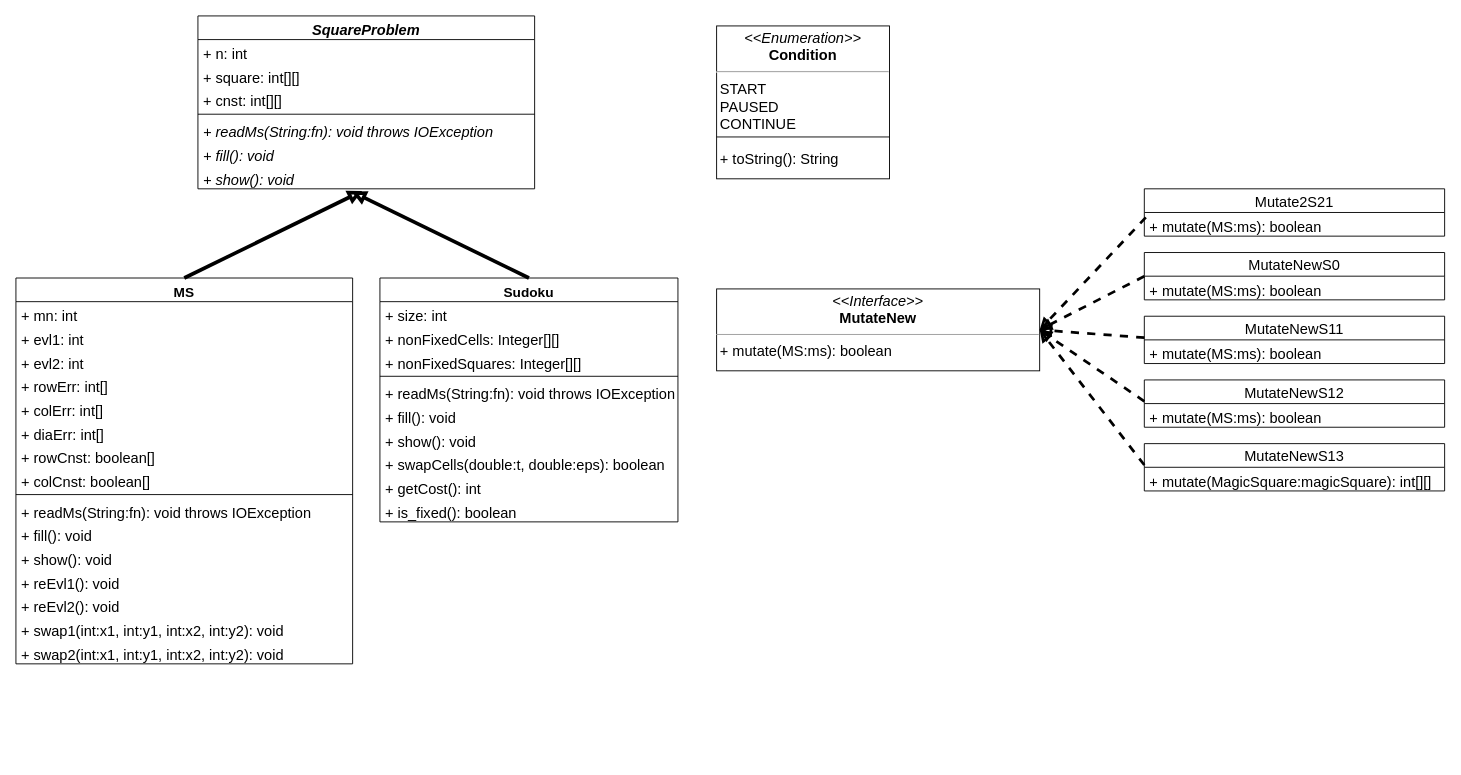
Before: UML-CS209.drawio in CharlotteE67/CharlotteE67.github.io, a draw.io diagram. Source tidied: cells renumbered, new cells numbered last; positions are measured from the earlier drawing's top-left corner, leaving out a move shared by most shapes. Both pictures are drawn from the tidied source at 91%, with x=0, y=0 at pixel (15, 15).
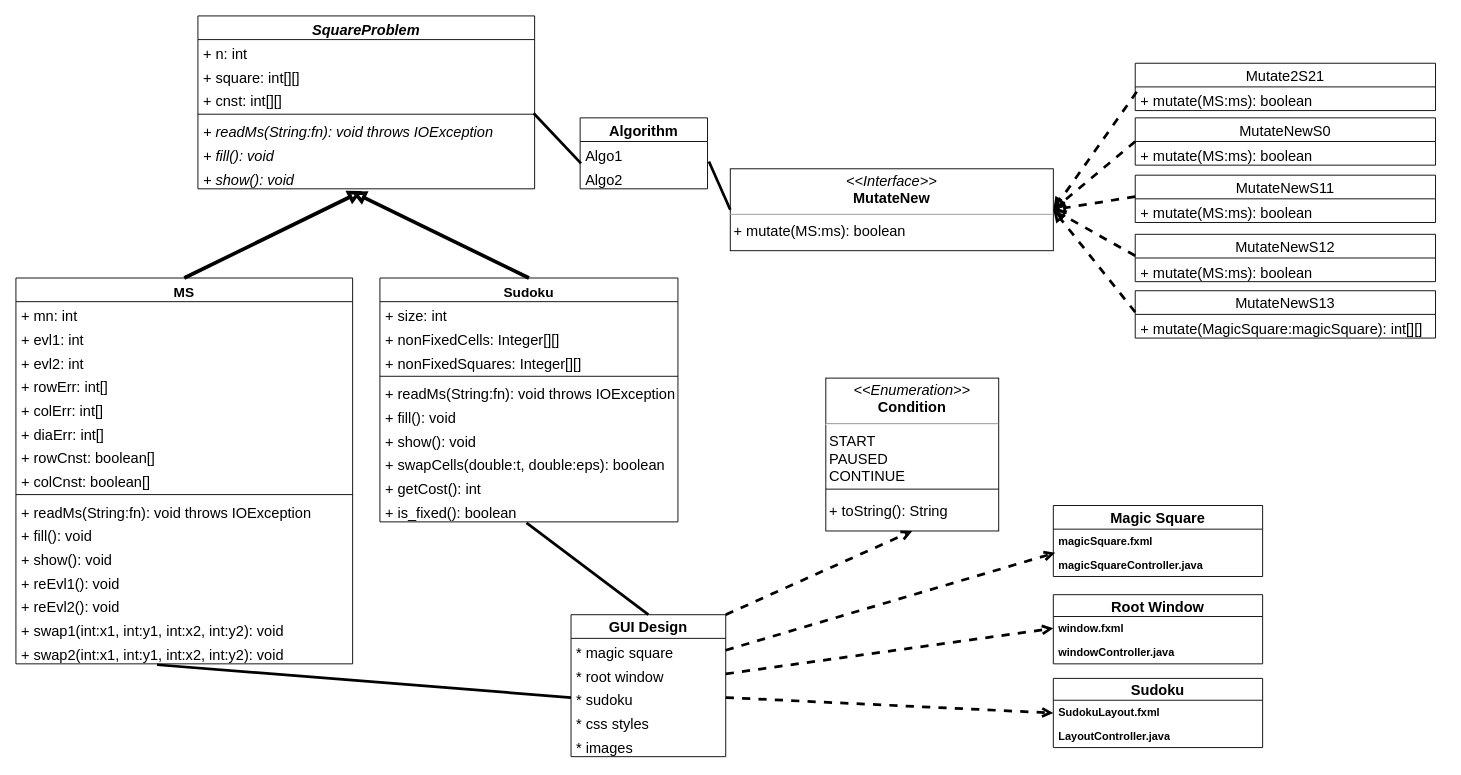
After the change.

The change refers to these unchanged cells:
```xml
<mxCell id="5" value="+ cnst: int[][]" style="text;strokeColor=none;fillColor=none;align=left;verticalAlign=top;spacingLeft=4;spacingRight=4;overflow=hidden;points=[[0,0.5],[1,0.5]];portConstraint=eastwest;fontSize=16;" parent="2" vertex="1">
  <mxGeometry y="78" width="370" height="26" as="geometry" />
</mxCell>
<mxCell id="26" value="+ swap2(int:x1, int:y1, int:x2, int:y2): void" style="text;strokeColor=none;fillColor=none;align=left;verticalAlign=top;spacingLeft=4;spacingRight=4;overflow=hidden;points=[[0,0.5],[1,0.5]];portConstraint=eastwest;fontSize=16;" parent="10" vertex="1">
  <mxGeometry y="398" width="370" height="26" as="geometry" />
</mxCell>
<mxCell id="38" value="+ is_fixed(): boolean" style="text;strokeColor=none;fillColor=none;align=left;verticalAlign=top;spacingLeft=4;spacingRight=4;overflow=hidden;points=[[0,0.5],[1,0.5]];portConstraint=eastwest;fontSize=16;" parent="28" vertex="1">
  <mxGeometry y="242" width="327.5" height="26" as="geometry" />
</mxCell>
<mxCell id="57" value="&lt;p style=&quot;margin: 4px 0px 0px ; text-align: center ; font-size: 16px&quot;&gt;&lt;i style=&quot;font-size: 16px&quot;&gt;&amp;lt;&amp;lt;Enumeration&amp;gt;&amp;gt;&lt;/i&gt;&lt;br style=&quot;font-size: 16px&quot;&gt;&lt;b style=&quot;font-size: 16px&quot;&gt;Condition&lt;/b&gt;&lt;/p&gt;&lt;hr style=&quot;font-size: 16px&quot;&gt;&lt;p style=&quot;margin: 0px 0px 0px 4px ; font-size: 16px&quot;&gt;START&lt;/p&gt;&lt;p style=&quot;margin: 0px 0px 0px 4px ; font-size: 16px&quot;&gt;PAUSED&lt;/p&gt;&lt;p style=&quot;margin: 0px 0px 0px 4px ; font-size: 16px&quot;&gt;CONTINUE&lt;/p&gt;&lt;p style=&quot;margin: 0px 0px 0px 4px ; font-size: 16px&quot;&gt;&lt;br&gt;&lt;/p&gt;&lt;p style=&quot;margin: 0px 0px 0px 4px ; font-size: 16px&quot;&gt;+ toString(): String&lt;/p&gt;" style="verticalAlign=top;align=left;overflow=fill;fontSize=16;fontFamily=Helvetica;html=1;" parent="56" vertex="1">
  <mxGeometry width="190" height="168" as="geometry" />
</mxCell>
```

Change to the diagram source:
```diff
@@
     <mxCell id="40" value="&lt;p style=&quot;margin: 4px 0px 0px ; text-align: center ; font-size: 16px&quot;&gt;&lt;font style=&quot;font-size: 16px&quot;&gt;&lt;i&gt;&amp;lt;&amp;lt;Interface&amp;gt;&amp;gt;&lt;/i&gt;&lt;br&gt;&lt;b&gt;MutateNew&lt;/b&gt;&lt;/font&gt;&lt;/p&gt;&lt;hr size=&quot;1&quot; style=&quot;font-size: 16px&quot;&gt;&lt;p style=&quot;margin: 0px 0px 0px 4px ; font-size: 16px&quot;&gt;&lt;font style=&quot;font-size: 16px&quot;&gt;+ mutate(MS:ms): boolean&lt;/font&gt;&lt;/p&gt;" style="verticalAlign=top;align=left;overflow=fill;fontSize=12;fontFamily=Helvetica;html=1;" parent="1" vertex="1">
-      <mxGeometry x="770" y="300" width="355" height="90" as="geometry" />
+      <mxGeometry x="785" y="168" width="355" height="90" as="geometry" />
     </mxCell>
     <mxCell id="41" value="Mutate2S21" style="swimlane;fontStyle=0;horizontal=1;startSize=26;fillColor=none;fontSize=16;" parent="1" vertex="1">
-      <mxGeometry x="1240" y="190" width="330" height="52" as="geometry" />
+      <mxGeometry x="1230" y="52" width="330" height="52" as="geometry" />
     </mxCell>
@@
     <mxCell id="44" value="MutateNewS0" style="swimlane;fontStyle=0;horizontal=1;startSize=26;fillColor=none;fontSize=16;" parent="1" vertex="1">
-      <mxGeometry x="1240" y="260" width="330" height="52" as="geometry" />
+      <mxGeometry x="1230" y="112" width="330" height="52" as="geometry" />
     </mxCell>
@@
     <mxCell id="47" value="MutateNewS11" style="swimlane;fontStyle=0;horizontal=1;startSize=26;fillColor=none;fontSize=16;" parent="1" vertex="1">
-      <mxGeometry x="1240" y="330" width="330" height="52" as="geometry" />
+      <mxGeometry x="1230" y="175" width="330" height="52" as="geometry" />
     </mxCell>
@@
     <mxCell id="50" value="MutateNewS12" style="swimlane;fontStyle=0;horizontal=1;startSize=26;fillColor=none;fontSize=16;" parent="1" vertex="1">
-      <mxGeometry x="1240" y="400" width="330" height="52" as="geometry" />
+      <mxGeometry x="1230" y="240" width="330" height="52" as="geometry" />
     </mxCell>
@@
     <mxCell id="53" value="MutateNewS13" style="swimlane;fontStyle=0;horizontal=1;startSize=26;fillColor=none;fontSize=16;" parent="1" vertex="1">
-      <mxGeometry x="1240" y="470" width="330" height="52" as="geometry" />
+      <mxGeometry x="1230" y="302" width="330" height="52" as="geometry" />
     </mxCell>
@@
     <mxCell id="56" style="group;" parent="1" vertex="1">
-      <mxGeometry x="770" y="11" width="190" height="168" as="geometry" />
+      <mxGeometry x="890" y="398" width="190" height="168" as="geometry" />
     </mxCell>
@@
+    <mxCell id="59" value="Algorithm" style="swimlane;fontStyle=1;horizontal=1;startSize=26;fontSize=16;" parent="1" vertex="1">
+      <mxGeometry x="620" y="112" width="140" height="78" as="geometry" />
+    </mxCell>
+    <mxCell id="60" value="Algo1" style="text;strokeColor=none;fillColor=none;align=left;verticalAlign=top;spacingLeft=4;spacingRight=4;overflow=hidden;points=[[0,0.5],[1,0.5]];portConstraint=eastwest;fontSize=16;" parent="59" vertex="1">
+      <mxGeometry y="26" width="140" height="26" as="geometry" />
+    </mxCell>
+    <mxCell id="61" value="Algo2" style="text;strokeColor=none;fillColor=none;align=left;verticalAlign=top;spacingLeft=4;spacingRight=4;overflow=hidden;points=[[0,0.5],[1,0.5]];portConstraint=eastwest;fontSize=16;" parent="59" vertex="1">
+      <mxGeometry y="52" width="140" height="26" as="geometry" />
+    </mxCell>
+    <mxCell id="62" style="endArrow=none;html=1;fontSize=16;exitX=0;exitY=0.5;exitDx=0;exitDy=0;entryX=1.011;entryY=0.846;entryDx=0;entryDy=0;entryPerimeter=0;strokeWidth=3;" parent="1" edge="1" source="40" target="60">
+      <mxGeometry relative="1" as="geometry" />
+    </mxCell>
+    <mxCell id="63" style="endArrow=none;html=1;fontSize=16;entryX=0.007;entryY=-0.077;entryDx=0;entryDy=0;entryPerimeter=0;exitX=0.997;exitY=1.115;exitDx=0;exitDy=0;exitPerimeter=0;strokeWidth=3;" parent="1" edge="1" source="5" target="61">
+      <mxGeometry relative="1" as="geometry" />
+    </mxCell>
+    <mxCell id="64" style="edgeStyle=none;rounded=0;jettySize=auto;html=1;exitX=1;exitY=0;exitDx=0;exitDy=0;dashed=1;fontSize=16;endArrow=open;endFill=0;strokeWidth=3;entryX=0.5;entryY=1;entryDx=0;entryDy=0;" parent="1" edge="1" source="65" target="57">
+      <mxGeometry relative="1" as="geometry" />
+    </mxCell>
+    <mxCell id="65" value="GUI Design" style="swimlane;fontStyle=1;horizontal=1;startSize=26;fillColor=none;fontSize=16;" parent="1" vertex="1">
+      <mxGeometry x="610" y="658" width="170" height="156" as="geometry" />
+    </mxCell>
+    <mxCell id="66" value="* magic square" style="text;strokeColor=none;fillColor=none;align=left;verticalAlign=top;spacingLeft=4;spacingRight=4;overflow=hidden;points=[[0,0.5],[1,0.5]];portConstraint=eastwest;fontSize=16;" parent="65" vertex="1">
+      <mxGeometry y="26" width="170" height="26" as="geometry" />
+    </mxCell>
+    <mxCell id="67" value="* root window" style="text;strokeColor=none;fillColor=none;align=left;verticalAlign=top;spacingLeft=4;spacingRight=4;overflow=hidden;points=[[0,0.5],[1,0.5]];portConstraint=eastwest;fontSize=16;" parent="65" vertex="1">
+      <mxGeometry y="52" width="170" height="26" as="geometry" />
+    </mxCell>
+    <mxCell id="68" value="* sudoku" style="text;strokeColor=none;fillColor=none;align=left;verticalAlign=top;spacingLeft=4;spacingRight=4;overflow=hidden;points=[[0,0.5],[1,0.5]];portConstraint=eastwest;fontSize=16;" parent="65" vertex="1">
+      <mxGeometry y="78" width="170" height="26" as="geometry" />
+    </mxCell>
+    <mxCell id="69" value="* css styles" style="text;strokeColor=none;fillColor=none;align=left;verticalAlign=top;spacingLeft=4;spacingRight=4;overflow=hidden;fontSize=16;" parent="65" vertex="1">
+      <mxGeometry y="104" width="170" height="26" as="geometry" />
+    </mxCell>
+    <mxCell id="70" value="* images" style="text;strokeColor=none;fillColor=none;align=left;verticalAlign=top;spacingLeft=4;spacingRight=4;overflow=hidden;fontSize=16;" parent="65" vertex="1">
+      <mxGeometry y="130" width="170" height="26" as="geometry" />
+    </mxCell>
+    <mxCell id="71" value="Magic Square" style="swimlane;fontStyle=1;horizontal=1;startSize=26;fillColor=none;fontSize=16;" parent="1" vertex="1">
+      <mxGeometry x="1140" y="538" width="230" height="78" as="geometry" />
+    </mxCell>
+    <mxCell id="72" value="magicSquare.fxml" style="text;strokeColor=none;fillColor=none;align=left;verticalAlign=top;spacingLeft=4;spacingRight=4;overflow=hidden;points=[[0,0.5],[1,0.5]];portConstraint=eastwest;fontStyle=1;" parent="71" vertex="1">
+      <mxGeometry y="26" width="230" height="26" as="geometry" />
+    </mxCell>
+    <mxCell id="73" value="magicSquareController.java" style="text;strokeColor=none;fillColor=none;align=left;verticalAlign=top;spacingLeft=4;spacingRight=4;overflow=hidden;fontStyle=1;" parent="71" vertex="1">
+      <mxGeometry y="52" width="230" height="26" as="geometry" />
+    </mxCell>
+    <mxCell id="74" style="edgeStyle=none;rounded=0;jettySize=auto;html=1;exitX=1;exitY=0.5;exitDx=0;exitDy=0;entryX=0.009;entryY=1;entryDx=0;entryDy=0;entryPerimeter=0;fontSize=16;strokeWidth=3;dashed=1;endArrow=open;endFill=0;" parent="1" edge="1" source="66" target="72">
+      <mxGeometry relative="1" as="geometry" />
+    </mxCell>
+    <mxCell id="75" value="Root Window" style="swimlane;fontStyle=1;horizontal=1;startSize=24;fillColor=none;fontSize=16;" parent="1" vertex="1">
+      <mxGeometry x="1140" y="636" width="230" height="76" as="geometry" />
+    </mxCell>
+    <mxCell id="76" value="window.fxml" style="text;strokeColor=none;fillColor=none;align=left;verticalAlign=top;spacingLeft=4;spacingRight=4;overflow=hidden;points=[[0,0.5],[1,0.5]];portConstraint=eastwest;fontStyle=1;" parent="75" vertex="1">
+      <mxGeometry y="24" width="230" height="26" as="geometry" />
+    </mxCell>
+    <mxCell id="77" value="windowController.java" style="text;strokeColor=none;fillColor=none;align=left;verticalAlign=top;spacingLeft=4;spacingRight=4;overflow=hidden;fontStyle=1;" parent="75" vertex="1">
+      <mxGeometry y="50" width="230" height="26" as="geometry" />
+    </mxCell>
+    <mxCell id="78" style="edgeStyle=none;rounded=0;jettySize=auto;html=1;exitX=1;exitY=0.5;exitDx=0;exitDy=0;entryX=0;entryY=0.5;entryDx=0;entryDy=0;dashed=1;fontSize=16;endArrow=open;endFill=0;strokeWidth=3;" parent="1" edge="1" source="67" target="76">
+      <mxGeometry relative="1" as="geometry" />
+    </mxCell>
+    <mxCell id="79" value="Sudoku" style="swimlane;fontStyle=1;horizontal=1;startSize=24;fillColor=none;fontSize=16;" parent="1" vertex="1">
+      <mxGeometry x="1140" y="728" width="230" height="76" as="geometry" />
+    </mxCell>
+    <mxCell id="80" value="SudokuLayout.fxml" style="text;strokeColor=none;fillColor=none;align=left;verticalAlign=top;spacingLeft=4;spacingRight=4;overflow=hidden;fontStyle=1;" parent="79" vertex="1">
+      <mxGeometry y="24" width="230" height="26" as="geometry" />
+    </mxCell>
+    <mxCell id="81" value="LayoutController.java" style="text;strokeColor=none;fillColor=none;align=left;verticalAlign=top;spacingLeft=4;spacingRight=4;overflow=hidden;fontStyle=1;" parent="79" vertex="1">
+      <mxGeometry y="50" width="230" height="26" as="geometry" />
+    </mxCell>
+    <mxCell id="82" style="edgeStyle=none;rounded=0;jettySize=auto;html=1;exitX=1;exitY=0.5;exitDx=0;exitDy=0;entryX=0;entryY=0.5;entryDx=0;entryDy=0;dashed=1;fontSize=16;endArrow=open;endFill=0;strokeWidth=3;" parent="1" edge="1" source="68" target="79">
+      <mxGeometry relative="1" as="geometry" />
+    </mxCell>
+    <mxCell id="83" style="endArrow=none;html=1;fontSize=16;strokeWidth=3;entryX=0.5;entryY=0;entryDx=0;entryDy=0;exitX=0.492;exitY=1.038;exitDx=0;exitDy=0;exitPerimeter=0;" parent="1" edge="1" source="38" target="65">
+      <mxGeometry relative="1" as="geometry" />
+    </mxCell>
+    <mxCell id="84" style="endArrow=none;html=1;fontSize=16;strokeWidth=3;entryX=0;entryY=0.5;entryDx=0;entryDy=0;exitX=0.419;exitY=1.038;exitDx=0;exitDy=0;exitPerimeter=0;" parent="1" edge="1" source="26" target="68">
+      <mxGeometry relative="1" as="geometry" />
+    </mxCell>
```
